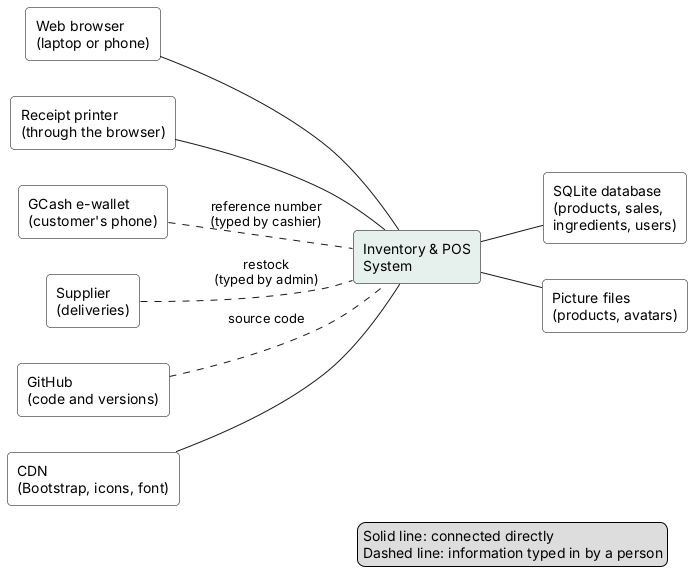
Before: diagrams/context_diagram.png, a diagram exported from PlantUML (JmlAsync/inventory-pos-system).
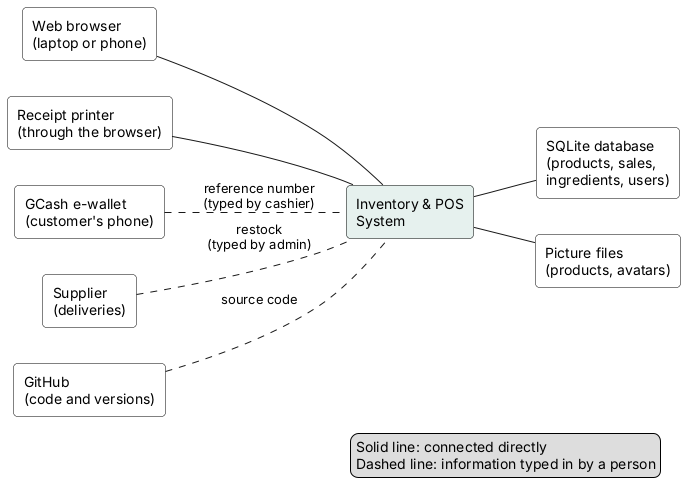
Above is the later version.

Change to the diagram source:
```diff
@@ -16,7 +16,6 @@
 rectangle "Picture files\n(products, avatars)" as Files
 rectangle "Supplier\n(deliveries)" as Supplier
 rectangle "GitHub\n(code and versions)" as GitHub
-rectangle "CDN\n(Bootstrap, icons, font)" as CDN
 
 Browser -- POS
 Printer -- POS
@@ -25,7 +24,6 @@
 POS -- Files
 Supplier .. POS : restock\n(typed by admin)
 GitHub .. POS : source code
-CDN -- POS
 legend right
   Solid line: connected directly
   Dashed line: information typed in by a person
```
